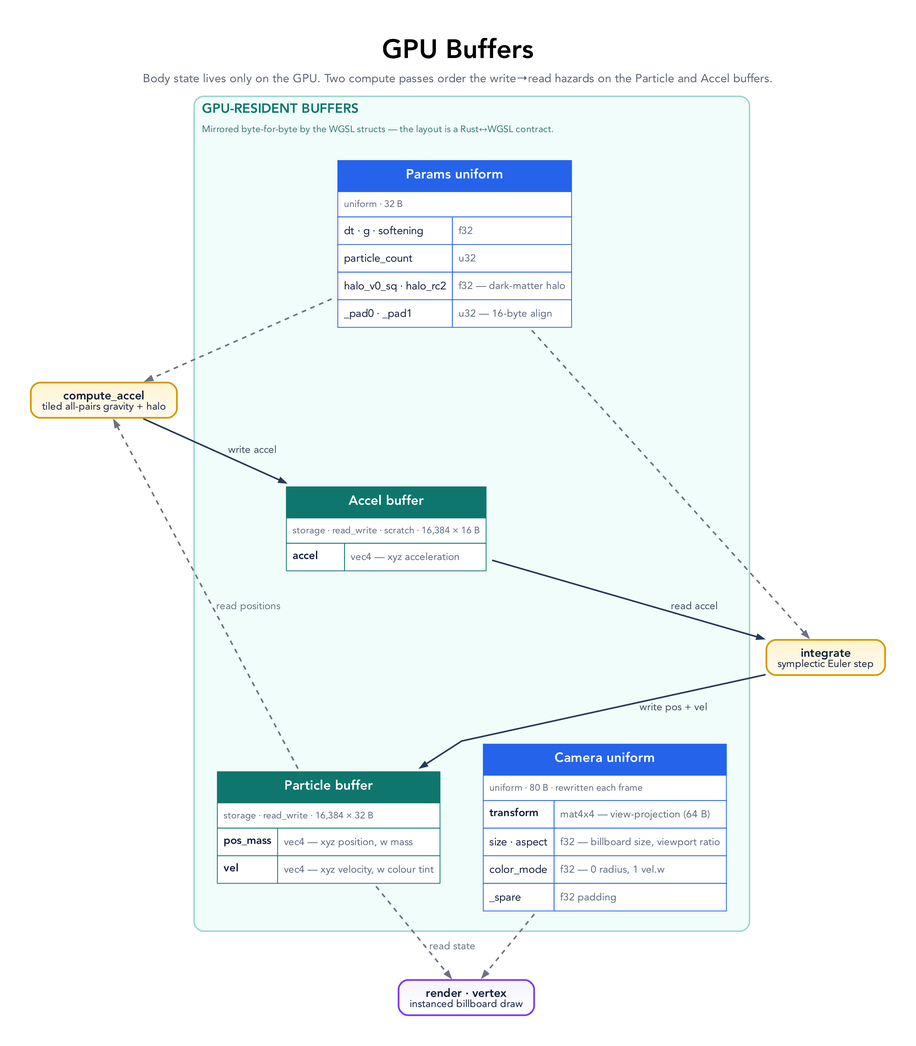
This is docs/diagrams/gpu-buffers.png from tre-systems/galacto, a Graphviz export, as it was before one commit. Its source is kept beside it as docs/diagrams/gpu-buffers.dot.
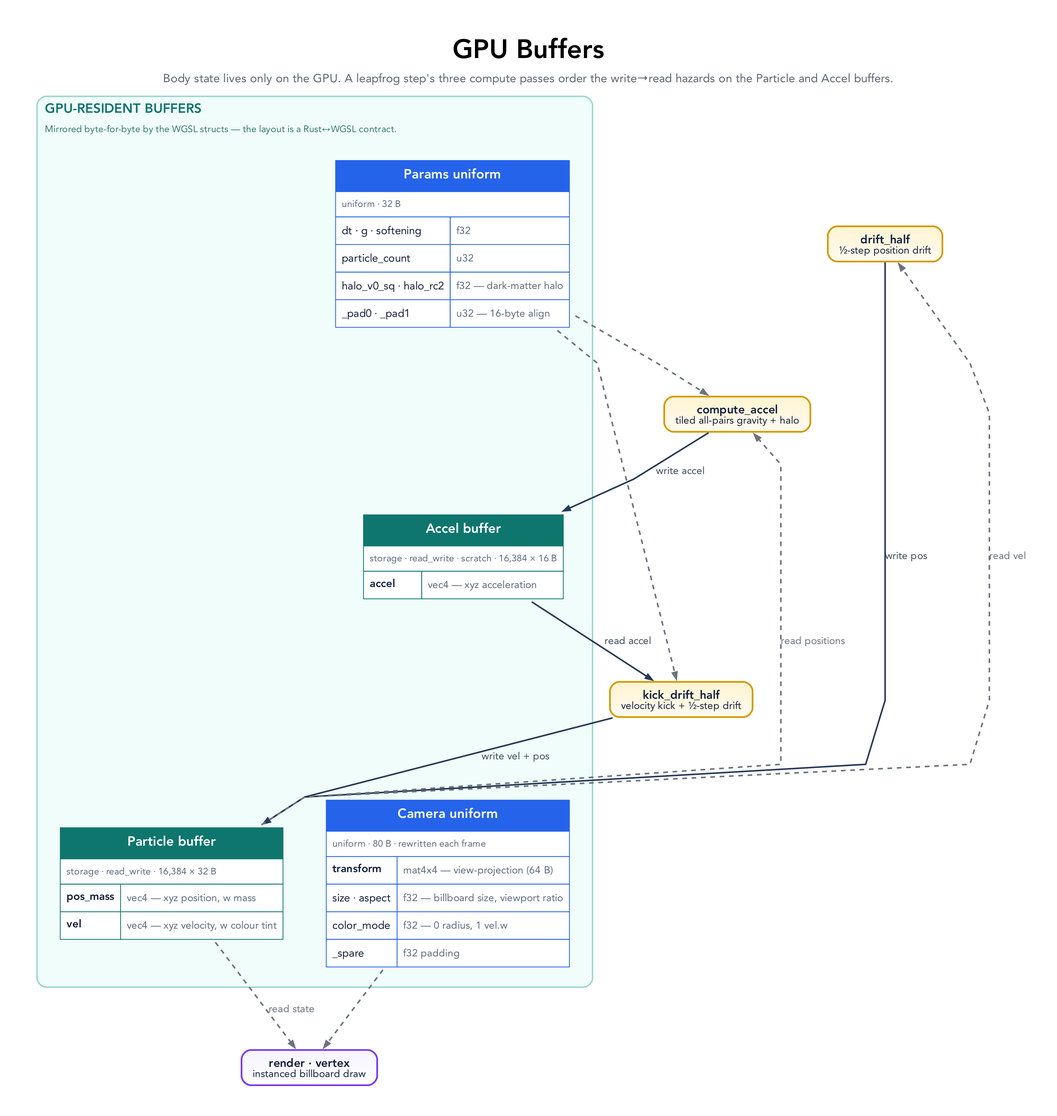
The same diagram one commit later.

Commit message:
feat: leapfrog (DKD) integrator

Change to the diagram source:
```diff
@@ -4,7 +4,7 @@
     bgcolor="#ffffff",
     pad="0.55",
     nodesep="0.55",
-    ranksep="0.9",
+    ranksep="1.15",
     splines=polyline,
     outputorder=edgesfirst,
     compound=true,
@@ -13,7 +13,7 @@
     label=<
       <TABLE BORDER="0" CELLBORDER="0" CELLSPACING="0" CELLPADDING="0">
         <TR><TD><FONT POINT-SIZE="34"><B>GPU Buffers</B></FONT></TD></TR>
-        <TR><TD><FONT POINT-SIZE="15" COLOR="#5b6573">Body state lives only on the GPU. Two compute passes order the write→read hazards on the Particle and Accel buffers.</FONT></TD></TR>
+        <TR><TD><FONT POINT-SIZE="15" COLOR="#5b6573">Body state lives only on the GPU. A leapfrog step's three compute passes order the write→read hazards on the Particle and Accel buffers.</FONT></TD></TR>
       </TABLE>
     >,
     labelloc=t,
@@ -36,7 +36,8 @@
   ];
 
   accel_pass [shape=box, style="rounded,filled", margin="0.2,0.12", penwidth=2.2, fontsize=15, color="#d39a00", fillcolor="#fff4d1:#fffaf0", gradientangle=270, label=<<B>compute_accel</B><BR/><FONT POINT-SIZE="13">tiled all-pairs gravity + halo</FONT>>];
-  integrate_pass [shape=box, style="rounded,filled", margin="0.2,0.12", penwidth=2.2, fontsize=15, color="#d39a00", fillcolor="#fff4d1:#fffaf0", gradientangle=270, label=<<B>integrate</B><BR/><FONT POINT-SIZE="13">symplectic Euler step</FONT>>];
+  drift_pass [shape=box, style="rounded,filled", margin="0.2,0.12", penwidth=2.2, fontsize=15, color="#d39a00", fillcolor="#fff4d1:#fffaf0", gradientangle=270, label=<<B>drift_half</B><BR/><FONT POINT-SIZE="13">½-step position drift</FONT>>];
+  kick_pass [shape=box, style="rounded,filled", margin="0.2,0.12", penwidth=2.2, fontsize=15, color="#d39a00", fillcolor="#fff4d1:#fffaf0", gradientangle=270, label=<<B>kick_drift_half</B><BR/><FONT POINT-SIZE="13">velocity kick + ½-step drift</FONT>>];
   render_pass [shape=box, style="rounded,filled", margin="0.2,0.12", penwidth=2.2, fontsize=15, color="#7c3aed", fillcolor="#f5f3ff:#ffffff", gradientangle=270, label=<<B>render · vertex</B><BR/><FONT POINT-SIZE="13">instanced billboard draw</FONT>>];
 
   subgraph cluster_buffers {
@@ -96,14 +97,20 @@
     >];
   }
 
+  particle -> drift_pass [label="read vel", style=dashed, color="#6b7280", fontcolor="#6b7280"];
+  drift_pass -> particle [label="write pos"];
+
   particle -> accel_pass [label="read positions", style=dashed, color="#6b7280", fontcolor="#6b7280"];
   params -> accel_pass [style=dashed, color="#6b7280"];
   accel_pass -> accel [label="write accel"];
 
-  accel -> integrate_pass [label="read accel"];
-  params -> integrate_pass [style=dashed, color="#6b7280"];
-  integrate_pass -> particle [label="write pos + vel"];
+  accel -> kick_pass [label="read accel"];
+  params -> kick_pass [style=dashed, color="#6b7280"];
+  kick_pass -> particle [label="write vel + pos"];
 
   particle -> render_pass [label="read state", style=dashed, color="#6b7280", fontcolor="#6b7280"];
   camera -> render_pass [style=dashed, color="#6b7280"];
+
+  drift_pass -> accel_pass [style=invis];
+  accel_pass -> kick_pass [style=invis];
 }
```
